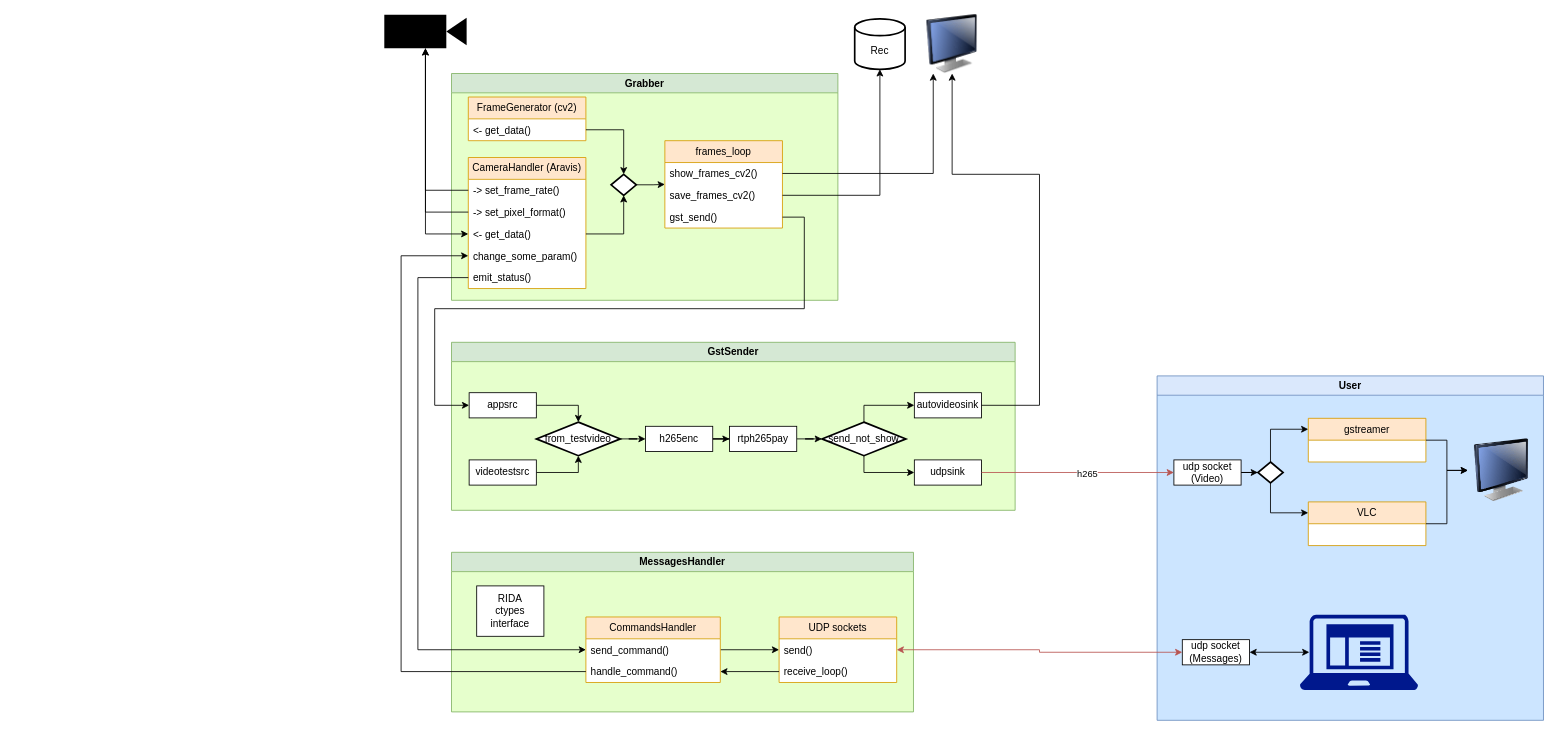
serbuh/gige_capture keeps this draw.io diagram as doc/diagram.drawio. Above is the earlier version. Source tidied: cells renumbered, new cells numbered last; positions are measured from the earlier drawing's top-left corner, leaving out a move shared by most shapes. Both pictures are drawn from the tidied source at 84%, with x=0, y=0 at pixel (384, 14).
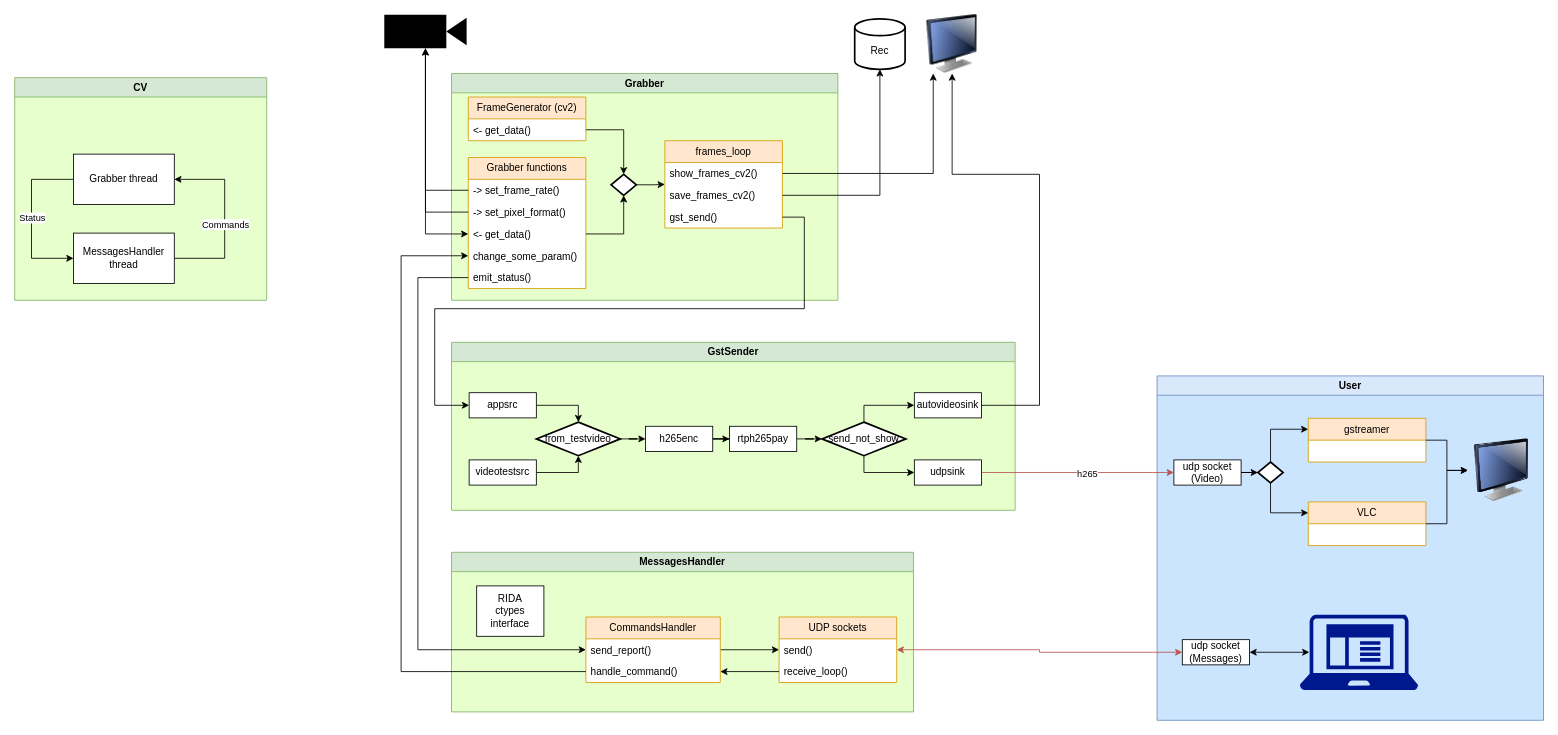
The same page after the edit.

Commit message (it also covers changes not shown here):
WIP on adding MessageHandling to Grabber

Unchanged cells that the change refers to:
```xml
<mxCell id="2" value="Grabber" style="swimlane;whiteSpace=wrap;html=1;comic=0;noLabel=0;swimlaneFillColor=#E6FFCC;fillColor=#d5e8d4;strokeColor=#82b366;" parent="1" vertex="1">
  <mxGeometry x="80" y="70" width="460" height="270" as="geometry" />
</mxCell>
<mxCell id="25" value="CommandsHandler" style="swimlane;fontStyle=0;horizontal=1;startSize=26;fillColor=#ffe6cc;whiteSpace=wrap;html=1;strokeColor=#d79b00;swimlaneFillColor=default;" parent="19" vertex="1">
  <mxGeometry x="160" y="77" width="160" height="78" as="geometry" />
</mxCell>
```

What changed in the source:
```diff
@@
-    <mxCell id="3" value="CameraHandler (Aravis)" style="swimlane;fontStyle=0;horizontal=1;startSize=26;fillColor=#ffe6cc;whiteSpace=wrap;html=1;strokeColor=#d79b00;swimlaneFillColor=default;" parent="2" vertex="1">
+    <mxCell id="3" value="Grabber functions" style="swimlane;fontStyle=0;horizontal=1;startSize=26;fillColor=#ffe6cc;whiteSpace=wrap;html=1;strokeColor=#d79b00;swimlaneFillColor=default;" parent="2" vertex="1">
       <mxGeometry x="20" y="100" width="140" height="156" as="geometry" />
     </mxCell>
@@
-    <mxCell id="26" value="send_command()" style="text;strokeColor=none;fillColor=none;align=left;verticalAlign=top;spacingLeft=4;spacingRight=4;overflow=hidden;points=[[0,0.5],[1,0.5]];portConstraint=eastwest;whiteSpace=wrap;html=1;" parent="25" vertex="1">
+    <mxCell id="26" value="send_report()" style="text;strokeColor=none;fillColor=none;align=left;verticalAlign=top;spacingLeft=4;spacingRight=4;overflow=hidden;points=[[0,0.5],[1,0.5]];portConstraint=eastwest;whiteSpace=wrap;html=1;" parent="25" vertex="1">
       <mxGeometry y="26" width="160" height="26" as="geometry" />
     </mxCell>
@@
+    <mxCell id="74" value="CV" style="swimlane;whiteSpace=wrap;html=1;comic=0;noLabel=0;swimlaneFillColor=#E6FFCC;fillColor=#d5e8d4;strokeColor=#82b366;" parent="1" vertex="1">
+      <mxGeometry x="-440" y="75" width="300" height="265" as="geometry" />
+    </mxCell>
+    <mxCell id="75" style="edgeStyle=orthogonalEdgeStyle;rounded=0;jettySize=auto;html=1;entryX=0;entryY=0.5;entryDx=0;entryDy=0;" parent="74" edge="1" source="77" target="80">
+      <mxGeometry relative="1" as="geometry">
+        <Array as="points">
+          <mxPoint x="20" y="121" />
+          <mxPoint x="20" y="215" />
+        </Array>
+      </mxGeometry>
+    </mxCell>
+    <mxCell id="76" value="Status" style="edgeLabel;html=1;align=center;verticalAlign=middle;" parent="75" vertex="1">
+      <mxGeometry x="-0.21" relative="1" as="geometry">
+        <mxPoint y="18" as="offset" />
+      </mxGeometry>
+    </mxCell>
+    <mxCell id="77" value="Grabber thread" style="rounded=0;whiteSpace=wrap;html=1;" parent="74" vertex="1">
+      <mxGeometry x="70" y="91" width="120" height="60" as="geometry" />
+    </mxCell>
+    <mxCell id="78" style="edgeStyle=orthogonalEdgeStyle;rounded=0;jettySize=auto;html=1;entryX=1;entryY=0.5;entryDx=0;entryDy=0;" parent="74" edge="1" source="80" target="77">
+      <mxGeometry relative="1" as="geometry">
+        <Array as="points">
+          <mxPoint x="250" y="215" />
+          <mxPoint x="250" y="121" />
+        </Array>
+      </mxGeometry>
+    </mxCell>
+    <mxCell id="79" value="Commands" style="edgeLabel;html=1;align=center;verticalAlign=middle;" parent="78" vertex="1">
+      <mxGeometry x="0.23" y="-2" relative="1" as="geometry">
+        <mxPoint x="-2" y="31" as="offset" />
+      </mxGeometry>
+    </mxCell>
+    <mxCell id="80" value="MessagesHandler thread" style="rounded=0;whiteSpace=wrap;html=1;" parent="74" vertex="1">
+      <mxGeometry x="70" y="185" width="120" height="60" as="geometry" />
+    </mxCell>
```
